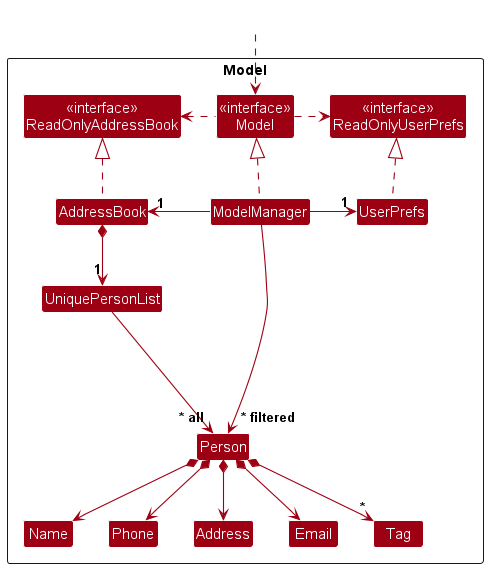
Before: docs/images/ModelClassDiagram.png, a diagram exported from PlantUML (nus-cs2103-AY2425S1/tp). Its source is kept beside it as docs/diagrams/ModelClassDiagram.puml.
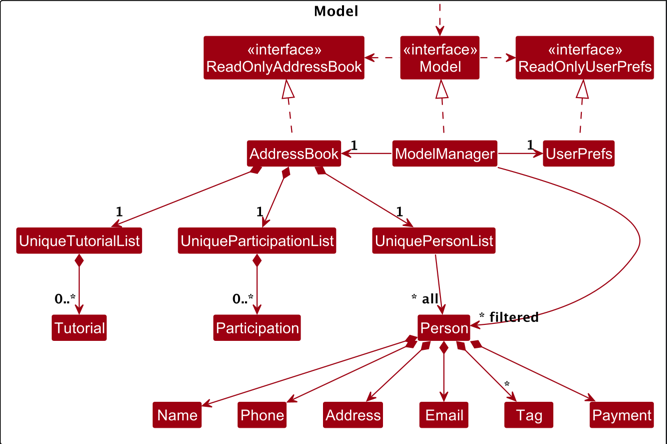
Above is the later version.

The edit, as a diff of the source:
```diff
@@ -24,6 +24,10 @@
 Class Tutorial
 Class UniqueTutorialList
 
+Class Participation
+Class UniqueParticipationList
+
+
 Class I #FFFFFF
 }
 
@@ -49,9 +53,12 @@
 Person *--> "*" Tag
 
 AddressBook *--> "1" UniqueTutorialList
-UniqueTutorialList --> Tutorial
+UniqueTutorialList *-->"0..*" Tutorial
 
-Person -[hidden]up--> I
+AddressBook *--> "1" UniqueParticipationList
+UniqueParticipationList *-->"0..*" Participation
+
+Person -[hidden]up--> AddressBook
 UniquePersonList -[hidden]right-> I
 
 Name -[hidden]right-> Phone
```
